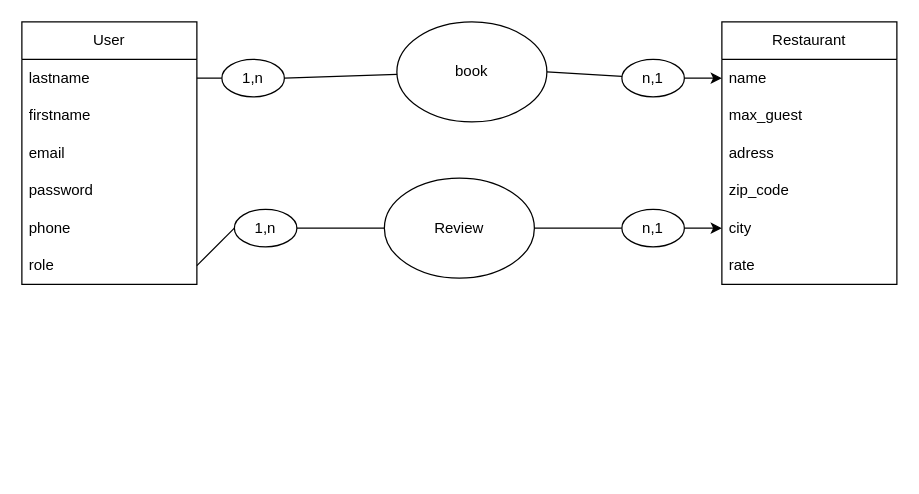
Earlier version of the draw.io diagram page "MCD" (1 of 3) of mcd-mld.drawio (thomas-spinec/silver-micro). Source tidied: cells renumbered, new cells numbered last; positions are measured from the earlier drawing's top-left corner, leaving out a move shared by most shapes. Both pictures are drawn from the tidied source at 125%, with x=0, y=0 at pixel (21, 21).
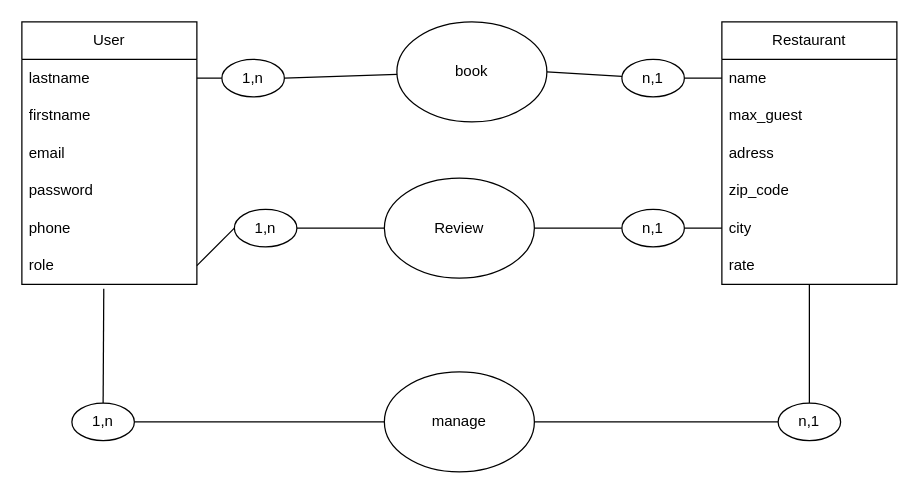
After the change.

Unchanged cells that the change refers to:
```xml
<mxCell id="8" value="role" style="text;strokeColor=none;fillColor=none;align=left;verticalAlign=middle;spacingLeft=4;spacingRight=4;overflow=hidden;points=[[0,0.5],[1,0.5]];portConstraint=eastwest;whiteSpace=wrap;html=1;" parent="2" vertex="1">
  <mxGeometry y="180" width="140" height="30" as="geometry" />
</mxCell>
<mxCell id="10" value="name" style="text;strokeColor=none;fillColor=none;align=left;verticalAlign=middle;spacingLeft=4;spacingRight=4;overflow=hidden;points=[[0,0.5],[1,0.5]];portConstraint=eastwest;whiteSpace=wrap;html=1;" parent="9" vertex="1">
  <mxGeometry y="30" width="140" height="30" as="geometry" />
</mxCell>
<mxCell id="14" value="city" style="text;strokeColor=none;fillColor=none;align=left;verticalAlign=middle;spacingLeft=4;spacingRight=4;overflow=hidden;points=[[0,0.5],[1,0.5]];portConstraint=eastwest;whiteSpace=wrap;html=1;" parent="9" vertex="1">
  <mxGeometry y="150" width="140" height="30" as="geometry" />
</mxCell>
<mxCell id="15" value="rate" style="text;strokeColor=none;fillColor=none;align=left;verticalAlign=middle;spacingLeft=4;spacingRight=4;overflow=hidden;points=[[0,0.5],[1,0.5]];portConstraint=eastwest;whiteSpace=wrap;html=1;" parent="9" vertex="1">
  <mxGeometry y="180" width="140" height="30" as="geometry" />
</mxCell>
<mxCell id="20" value="n,1" style="ellipse;whiteSpace=wrap;html=1;" parent="1" vertex="1">
  <mxGeometry x="480" y="30" width="50" height="30" as="geometry" />
</mxCell>
<mxCell id="29" value="n,1" style="ellipse;whiteSpace=wrap;html=1;" parent="1" vertex="1">
  <mxGeometry x="480" y="150" width="50" height="30" as="geometry" />
</mxCell>
```

Change to the diagram source:
```diff
@@
-    <mxCell id="16" style="edgeStyle=none;html=1;exitX=1;exitY=0.5;exitDx=0;exitDy=0;startArrow=none;" parent="1" edge="1" source="20" target="10">
+    <mxCell id="16" style="edgeStyle=none;html=1;exitX=1;exitY=0.5;exitDx=0;exitDy=0;startArrow=none;endArrow=none;endFill=0;" parent="1" edge="1" source="20" target="10">
       <mxGeometry relative="1" as="geometry" />
     </mxCell>
@@
-    <mxCell id="23" style="edgeStyle=none;html=1;exitX=1;exitY=0.5;exitDx=0;exitDy=0;entryX=0;entryY=0.5;entryDx=0;entryDy=0;startArrow=none;" parent="1" edge="1" source="29" target="14">
+    <mxCell id="23" style="edgeStyle=none;html=1;exitX=1;exitY=0.5;exitDx=0;exitDy=0;entryX=0;entryY=0.5;entryDx=0;entryDy=0;startArrow=none;endArrow=none;endFill=0;" parent="1" edge="1" source="29" target="14">
       <mxGeometry relative="1" as="geometry" />
     </mxCell>
@@
+    <mxCell id="30" style="edgeStyle=none;html=1;exitX=1;exitY=0.5;exitDx=0;exitDy=0;entryX=0;entryY=0.5;entryDx=0;entryDy=0;endArrow=none;endFill=0;startArrow=none;" parent="1" edge="1" source="34" target="32">
+      <mxGeometry relative="1" as="geometry" />
+    </mxCell>
+    <mxCell id="31" style="html=1;exitX=0.5;exitY=0;exitDx=0;exitDy=0;entryX=0.5;entryY=1.013;entryDx=0;entryDy=0;entryPerimeter=0;endArrow=none;endFill=0;startArrow=none;" parent="1" edge="1" source="36" target="15">
+      <mxGeometry relative="1" as="geometry" />
+    </mxCell>
+    <mxCell id="32" value="manage" style="ellipse;whiteSpace=wrap;html=1;" parent="1" vertex="1">
+      <mxGeometry x="290" y="280" width="120" height="80" as="geometry" />
+    </mxCell>
+    <mxCell id="33" style="edgeStyle=none;html=1;exitX=0.468;exitY=1.114;exitDx=0;exitDy=0;entryX=0.5;entryY=0;entryDx=0;entryDy=0;endArrow=none;endFill=0;exitPerimeter=0;" parent="1" edge="1" source="8" target="34">
+      <mxGeometry relative="1" as="geometry" />
+    </mxCell>
+    <mxCell id="34" value="1,n" style="ellipse;whiteSpace=wrap;html=1;" parent="1" vertex="1">
+      <mxGeometry x="40" y="305" width="50" height="30" as="geometry" />
+    </mxCell>
+    <mxCell id="35" style="html=1;exitX=1;exitY=0.5;exitDx=0;exitDy=0;entryX=0;entryY=0.5;entryDx=0;entryDy=0;endArrow=none;endFill=0;" parent="1" edge="1" source="32" target="36">
+      <mxGeometry relative="1" as="geometry" />
+    </mxCell>
+    <mxCell id="36" value="n,1" style="ellipse;whiteSpace=wrap;html=1;" parent="1" vertex="1">
+      <mxGeometry x="605" y="305" width="50" height="30" as="geometry" />
+    </mxCell>
```
